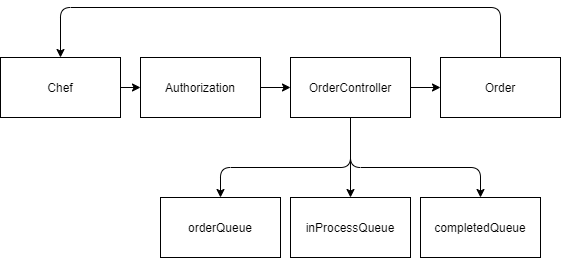
This is images/ChefChart.png from nsnyder1992/OrderProcessingSystem, a draw.io export, as it was before one commit. Source tidied: cells renumbered, new cells last; positions are measured from the earlier drawing's top-left corner, leaving out a move shared by most shapes.
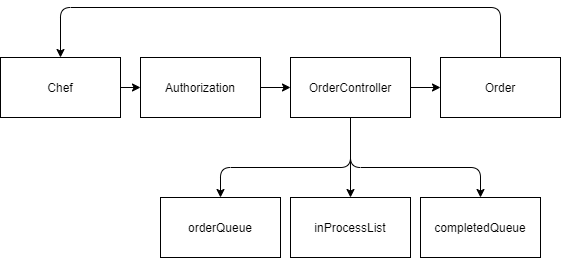
Later version of the same file.

Diff of the diagram source:
```diff
@@ -37,7 +37,7 @@
         </Array>
       </mxGeometry>
     </mxCell>
-    <mxCell id="10" value="inProcessQueue" style="rounded=0;whiteSpace=wrap;html=1;" parent="1" vertex="1">
+    <mxCell id="10" value="inProcessList" style="rounded=0;whiteSpace=wrap;html=1;" parent="1" vertex="1">
       <mxGeometry x="290" y="190" width="120" height="60" as="geometry" />
     </mxCell>
     <mxCell id="11" value="Authorization" style="rounded=0;whiteSpace=wrap;html=1;" parent="1" vertex="1">
```
